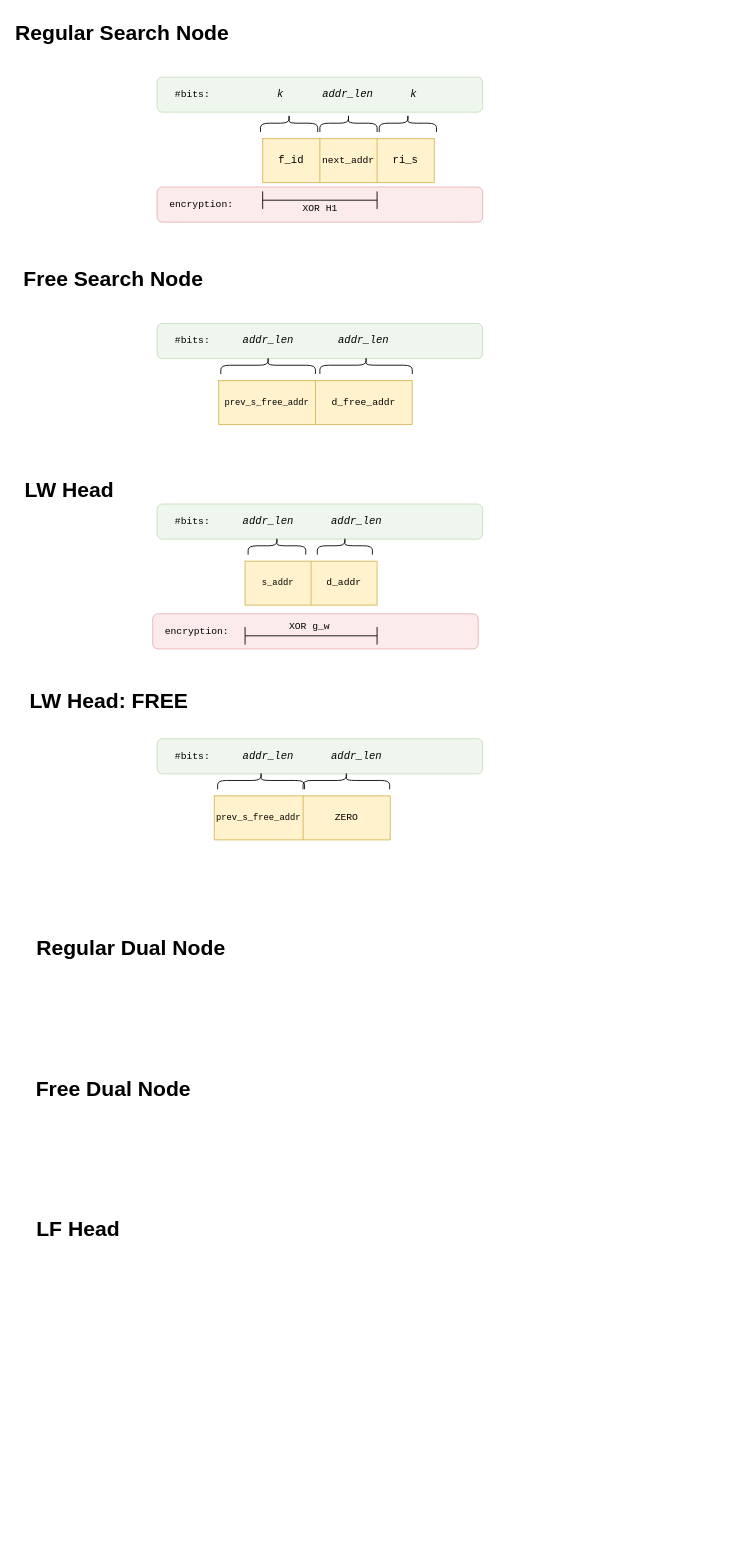
Before: page "nodes_entry" (1 of 3) of diagrams/format_figures.drawio in thisisel/dynamic-sse, a draw.io diagram. Source tidied: cells renumbered, new cells numbered last; positions are measured from the earlier drawing's top-left corner, leaving out a move shared by most shapes. Both pictures are drawn from the tidied source at 88%, with x=0, y=0 at pixel (25, 15).
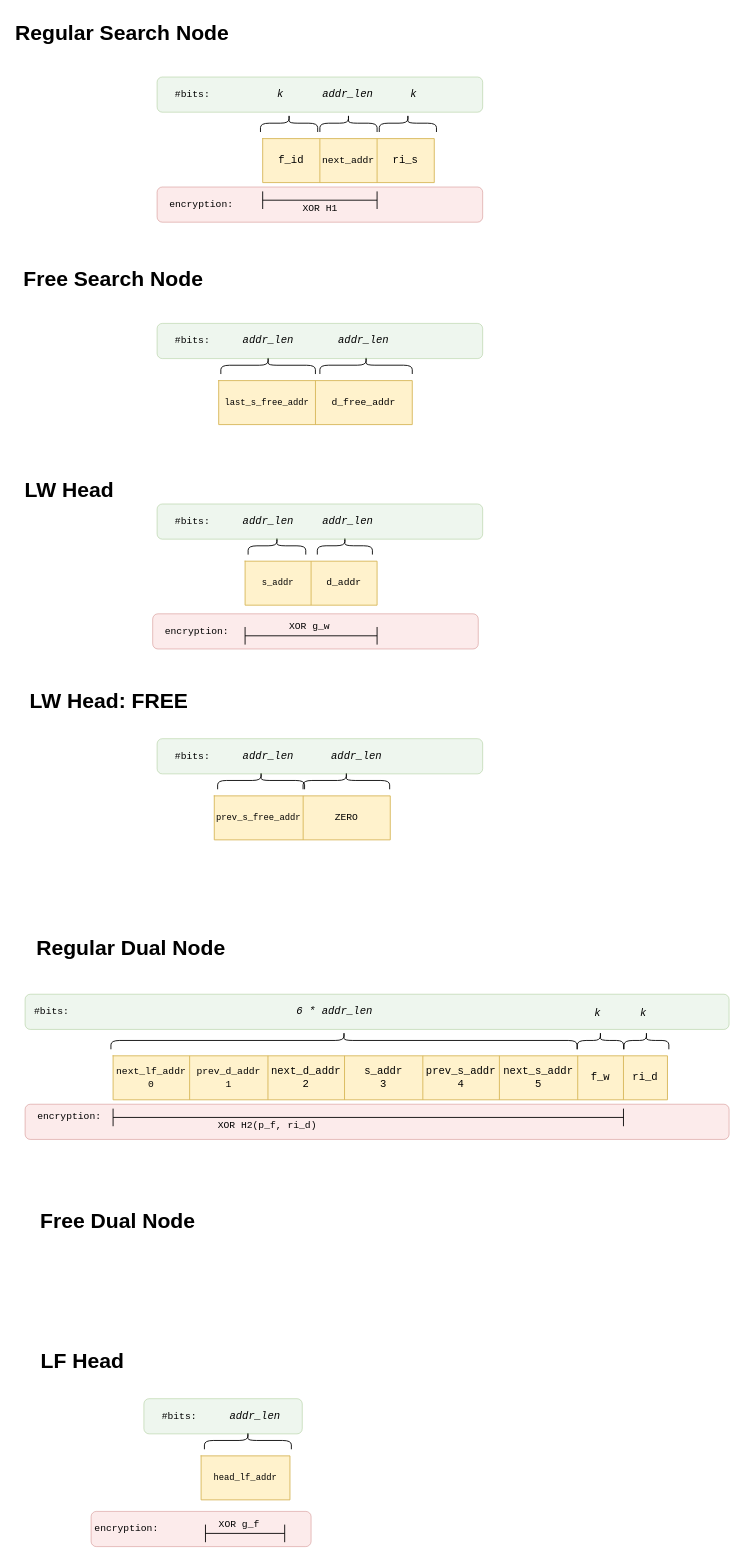
The same page after the edit.

Unchanged cells that the change refers to:
```xml
<mxCell id="22" style="shape=tableRow;horizontal=0;startSize=0;swimlaneHead=0;swimlaneBody=0;top=0;left=0;bottom=0;right=0;fillColor=none;fontFamily=Courier New;" parent="21" vertex="1">
  <mxGeometry width="220" height="50" as="geometry" />
</mxCell>
```

Diff of the diagram source:
```diff
@@
+    <mxCell id="60" style="rounded=1;whiteSpace=wrap;html=1;fontFamily=Courier New;fontSize=11;fillColor=#f8cecc;opacity=40;strokeColor=#b85450;" parent="1" vertex="1">
+      <mxGeometry x="75" y="1700" width="250" height="40" as="geometry" />
+    </mxCell>
@@
-    <mxCell id="23" value="&lt;font style=&quot;font-size: 10px;&quot;&gt;prev_s_free_addr&lt;/font&gt;" style="shape=partialRectangle;html=1;whiteSpace=wrap;overflow=hidden;fillColor=none;top=0;left=0;bottom=0;right=0;fontFamily=Courier New;" parent="22" vertex="1">
+    <mxCell id="23" value="&lt;font style=&quot;font-size: 10px;&quot;&gt;last_s_free_addr&lt;/font&gt;" style="shape=partialRectangle;html=1;whiteSpace=wrap;overflow=hidden;fillColor=none;top=0;left=0;bottom=0;right=0;fontFamily=Courier New;" parent="22" vertex="1">
       <mxGeometry width="110" height="50" as="geometry" />
     </mxCell>
@@
     <mxCell id="40" value="&lt;i&gt;addr_len&amp;nbsp;&lt;/i&gt;" style="text;html=1;align=center;verticalAlign=middle;strokeColor=none;fillColor=none;fontFamily=Courier New;" parent="1" vertex="1">
-      <mxGeometry x="335" y="560" width="90" height="30" as="geometry" />
+      <mxGeometry x="325" y="560" width="90" height="30" as="geometry" />
     </mxCell>
@@
     <mxCell id="47" value="Free Dual Node" style="text;strokeColor=none;fillColor=none;html=1;fontSize=24;fontStyle=1;verticalAlign=middle;align=center;" parent="1" vertex="1">
-      <mxGeometry x="50" y="1200" width="100" height="40" as="geometry" />
+      <mxGeometry x="55" y="1350" width="100" height="40" as="geometry" />
     </mxCell>
     <mxCell id="48" value="LF Head" style="text;strokeColor=none;fillColor=none;html=1;fontSize=24;fontStyle=1;verticalAlign=middle;align=center;" parent="1" vertex="1">
-      <mxGeometry x="10" y="1360" width="100" height="40" as="geometry" />
+      <mxGeometry x="15" y="1510" width="100" height="40" as="geometry" />
     </mxCell>
@@
+    <mxCell id="61" style="shape=table;startSize=0;childLayout=tableLayout;fontFamily=Courier New;fillColor=#fff2cc;strokeColor=#d6b656;" parent="1" vertex="1">
+      <mxGeometry x="200" y="1636.9" width="101" height="50" as="geometry" />
+    </mxCell>
+    <mxCell id="62" style="shape=tableRow;horizontal=0;startSize=0;swimlaneHead=0;swimlaneBody=0;top=0;left=0;bottom=0;right=0;fillColor=none;fontFamily=Courier New;" parent="61" vertex="1">
+      <mxGeometry width="101" height="50" as="geometry" />
+    </mxCell>
+    <mxCell id="63" value="&lt;font style=&quot;font-size: 10px;&quot;&gt;head_lf_addr&lt;/font&gt;" style="shape=partialRectangle;html=1;whiteSpace=wrap;overflow=hidden;fillColor=none;top=0;left=0;bottom=0;right=0;fontFamily=Courier New;" parent="62" vertex="1">
+      <mxGeometry width="101" height="50" as="geometry" />
+    </mxCell>
+    <mxCell id="64" style="shape=curlyBracket;whiteSpace=wrap;html=1;rounded=1;flipH=1;labelPosition=right;verticalLabelPosition=middle;align=left;verticalAlign=middle;rotation=-90;fontFamily=Courier New;" parent="1" vertex="1">
+      <mxGeometry x="243.2" y="1570" width="20" height="98.8" as="geometry" />
+    </mxCell>
+    <mxCell id="65" style="rounded=1;whiteSpace=wrap;html=1;fontFamily=Courier New;fontSize=11;fillColor=#d5e8d4;opacity=40;strokeColor=#82b366;" parent="1" vertex="1">
+      <mxGeometry x="135" y="1571.9" width="180" height="40" as="geometry" />
+    </mxCell>
+    <mxCell id="66" value="&lt;i&gt;addr_len&lt;/i&gt;" style="text;html=1;align=center;verticalAlign=middle;strokeColor=none;fillColor=none;fontFamily=Courier New;" parent="1" vertex="1">
+      <mxGeometry x="221.2" y="1576.9" width="80" height="30" as="geometry" />
+    </mxCell>
+    <mxCell id="67" value="#bits:" style="text;html=1;align=center;verticalAlign=middle;strokeColor=none;fillColor=none;fontSize=11;fontFamily=Courier New;" parent="1" vertex="1">
+      <mxGeometry x="145" y="1576.9" width="60" height="30" as="geometry" />
+    </mxCell>
+    <mxCell id="68" value="encryption:" style="text;html=1;align=center;verticalAlign=middle;strokeColor=none;fillColor=none;fontSize=11;fontFamily=Courier New;" parent="1" vertex="1">
+      <mxGeometry x="65" y="1705" width="100" height="30" as="geometry" />
+    </mxCell>
+    <mxCell id="69" style="shape=crossbar;whiteSpace=wrap;html=1;rounded=1;fontFamily=Courier New;fontSize=11;" parent="1" vertex="1">
+      <mxGeometry x="205" y="1715" width="90" height="20" as="geometry" />
+    </mxCell>
+    <mxCell id="70" value="XOR g_f" style="text;html=1;align=center;verticalAlign=middle;strokeColor=none;fillColor=none;fontSize=11;fontFamily=Courier New;" parent="1" vertex="1">
+      <mxGeometry x="207.5" y="1700" width="70" height="30" as="geometry" />
+    </mxCell>
+    <mxCell id="71" style="rounded=1;whiteSpace=wrap;html=1;fontFamily=Courier New;fontSize=11;fillColor=#f8cecc;opacity=40;strokeColor=#b85450;" parent="1" vertex="1">
+      <mxGeometry y="1237.3" width="800" height="40" as="geometry" />
+    </mxCell>
+    <mxCell id="72" style="rounded=1;whiteSpace=wrap;html=1;fontFamily=Courier New;fontSize=11;fillColor=#d5e8d4;opacity=40;strokeColor=#82b366;" parent="1" vertex="1">
+      <mxGeometry y="1112.3" width="800" height="40" as="geometry" />
+    </mxCell>
+    <mxCell id="73" style="shape=table;startSize=0;childLayout=tableLayout;fontFamily=Courier New;fillColor=#fff2cc;strokeColor=#d6b656;" parent="1" vertex="1">
+      <mxGeometry x="100" y="1182.3" width="630" height="50" as="geometry" />
+    </mxCell>
+    <mxCell id="74" style="shape=tableRow;horizontal=0;startSize=0;swimlaneHead=0;swimlaneBody=0;top=0;left=0;bottom=0;right=0;fillColor=none;fontFamily=Courier New;" parent="73" vertex="1">
+      <mxGeometry width="630" height="50" as="geometry" />
+    </mxCell>
+    <mxCell id="75" value="&lt;font style=&quot;font-size: 11px;&quot;&gt;next_lf_addr&lt;br&gt;0&lt;br&gt;&lt;/font&gt;" style="shape=partialRectangle;html=1;whiteSpace=wrap;overflow=hidden;fillColor=none;top=0;left=0;bottom=0;right=0;fontFamily=Courier New;" parent="74" vertex="1">
+      <mxGeometry width="87" height="50" as="geometry" />
+    </mxCell>
+    <mxCell id="76" value="&lt;font style=&quot;font-size: 11px;&quot;&gt;prev_d_addr&lt;br&gt;1&lt;br&gt;&lt;/font&gt;" style="shape=partialRectangle;html=1;whiteSpace=wrap;overflow=hidden;fillColor=none;top=0;left=0;bottom=0;right=0;fontFamily=Courier New;" parent="74" vertex="1">
+      <mxGeometry x="87" width="89" height="50" as="geometry" />
+    </mxCell>
+    <mxCell id="77" value="next_d_addr&lt;br&gt;2" style="shape=partialRectangle;html=1;whiteSpace=wrap;overflow=hidden;fillColor=none;top=0;left=0;bottom=0;right=0;fontFamily=Courier New;" parent="74" vertex="1">
+      <mxGeometry x="176" width="87" height="50" as="geometry" />
+    </mxCell>
+    <mxCell id="78" value="s_addr&lt;br&gt;3" style="shape=partialRectangle;html=1;whiteSpace=wrap;overflow=hidden;fillColor=none;top=0;left=0;bottom=0;right=0;fontFamily=Courier New;" parent="74" vertex="1">
+      <mxGeometry x="263" width="89" height="50" as="geometry" />
+    </mxCell>
+    <mxCell id="79" value="prev_s_addr&lt;br&gt;4" style="shape=partialRectangle;html=1;whiteSpace=wrap;overflow=hidden;fillColor=none;top=0;left=0;bottom=0;right=0;fontFamily=Courier New;" parent="74" vertex="1">
+      <mxGeometry x="352" width="87" height="50" as="geometry" />
+    </mxCell>
+    <mxCell id="80" value="next_s_addr&lt;br&gt;5" style="shape=partialRectangle;html=1;whiteSpace=wrap;overflow=hidden;fillColor=none;top=0;left=0;bottom=0;right=0;fontFamily=Courier New;" parent="74" vertex="1">
+      <mxGeometry x="439" width="89" height="50" as="geometry" />
+    </mxCell>
+    <mxCell id="81" value="f_w" style="shape=partialRectangle;html=1;whiteSpace=wrap;overflow=hidden;fillColor=none;top=0;left=0;bottom=0;right=0;fontFamily=Courier New;" parent="74" vertex="1">
+      <mxGeometry x="528" width="52" height="50" as="geometry" />
+    </mxCell>
+    <mxCell id="82" value="ri_d" style="shape=partialRectangle;html=1;whiteSpace=wrap;overflow=hidden;fillColor=none;top=0;left=0;bottom=0;right=0;fontFamily=Courier New;" parent="74" vertex="1">
+      <mxGeometry x="580" width="50" height="50" as="geometry" />
+    </mxCell>
+    <mxCell id="83" style="shape=curlyBracket;whiteSpace=wrap;html=1;rounded=1;flipH=1;labelPosition=right;verticalLabelPosition=middle;align=left;verticalAlign=middle;rotation=-90;fontFamily=Courier New;" parent="1" vertex="1">
+      <mxGeometry x="352.4" y="900" width="20" height="529.7" as="geometry" />
+    </mxCell>
+    <mxCell id="84" value="&lt;i&gt;6 * addr_len&amp;nbsp;&lt;/i&gt;" style="text;html=1;align=center;verticalAlign=middle;strokeColor=none;fillColor=none;fontFamily=Courier New;" parent="1" vertex="1">
+      <mxGeometry x="295" y="1117.3" width="120" height="30" as="geometry" />
+    </mxCell>
+    <mxCell id="85" style="shape=crossbar;whiteSpace=wrap;html=1;rounded=1;fontFamily=Courier New;fontSize=11;" parent="1" vertex="1">
+      <mxGeometry x="100" y="1242.3" width="580" height="20" as="geometry" />
+    </mxCell>
+    <mxCell id="86" value="XOR H2(p_f, ri_d)" style="text;html=1;align=center;verticalAlign=middle;strokeColor=none;fillColor=none;fontSize=11;fontFamily=Courier New;" parent="1" vertex="1">
+      <mxGeometry x="205" y="1247.3" width="140" height="30" as="geometry" />
+    </mxCell>
+    <mxCell id="87" value="&lt;i&gt;k&amp;nbsp;&lt;/i&gt;" style="text;html=1;align=center;verticalAlign=middle;strokeColor=none;fillColor=none;fontFamily=Courier New;" parent="1" vertex="1">
+      <mxGeometry x="633.8" y="1119.3" width="40" height="30" as="geometry" />
+    </mxCell>
+    <mxCell id="88" value="#bits:" style="text;html=1;align=center;verticalAlign=middle;strokeColor=none;fillColor=none;fontSize=11;fontFamily=Courier New;" parent="1" vertex="1">
+      <mxGeometry y="1117.3" width="60" height="30" as="geometry" />
+    </mxCell>
+    <mxCell id="89" value="encryption:" style="text;html=1;align=center;verticalAlign=middle;strokeColor=none;fillColor=none;fontSize=11;fontFamily=Courier New;" parent="1" vertex="1">
+      <mxGeometry y="1237.3" width="100" height="30" as="geometry" />
+    </mxCell>
+    <mxCell id="90" style="shape=curlyBracket;whiteSpace=wrap;html=1;rounded=1;flipH=1;labelPosition=right;verticalLabelPosition=middle;align=left;verticalAlign=middle;rotation=-90;fontFamily=Courier New;" parent="1" vertex="1">
+      <mxGeometry x="643.8" y="1138.6" width="20" height="52.5" as="geometry" />
+    </mxCell>
+    <mxCell id="91" style="shape=curlyBracket;whiteSpace=wrap;html=1;rounded=1;flipH=1;labelPosition=right;verticalLabelPosition=middle;align=left;verticalAlign=middle;rotation=-90;fontFamily=Courier New;" parent="1" vertex="1">
+      <mxGeometry x="696.1" y="1139.4" width="20" height="50.9" as="geometry" />
+    </mxCell>
+    <mxCell id="92" value="&lt;i&gt;k&amp;nbsp;&lt;/i&gt;" style="text;html=1;align=center;verticalAlign=middle;strokeColor=none;fillColor=none;fontFamily=Courier New;" parent="1" vertex="1">
+      <mxGeometry x="686.1" y="1119.3" width="40" height="30" as="geometry" />
+    </mxCell>
```
